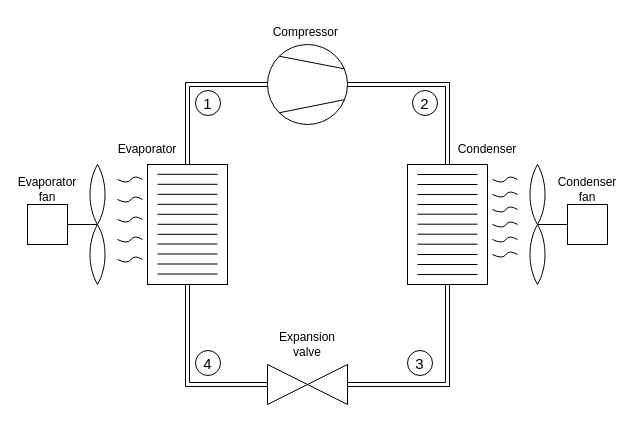
Earlier version of the draw.io diagram Graphics/HVAC_Diagram_std.drawio (kasperlaustsen/CA8_Writings). Source tidied: cells renumbered, new cells numbered last; positions are measured from the earlier drawing's top-left corner, leaving out a move shared by most shapes. Both pictures are drawn from the tidied source at 100%, with x=0, y=0 at pixel (17, 17).
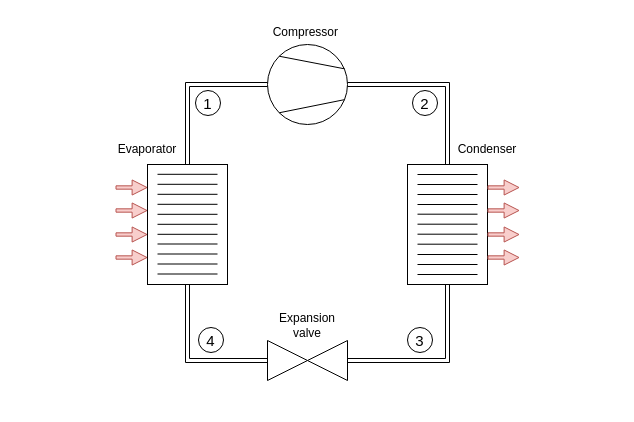
The same diagram, later.

Commit message:
Update HVAC_Diagram_std.drawio, added arrows to indicate heat flow

Unchanged cells that the change refers to:
```xml
<mxCell id="3" style="rounded=0;whiteSpace=wrap;html=1;" parent="1" vertex="1">
  <mxGeometry x="390" y="147" width="80" height="120" as="geometry" />
</mxCell>
```

Diff of the diagram source:
```diff
@@
-    <mxCell id="4" style="rounded=0;whiteSpace=wrap;html=1;" parent="1" vertex="1">
+    <mxCell id="4" style="rounded=0;whiteSpace=wrap;html=1;gradientColor=#ffffff;" parent="1" vertex="1">
       <mxGeometry x="130" y="147" width="80" height="120" as="geometry" />
     </mxCell>
     <mxCell id="5" style="triangle;whiteSpace=wrap;html=1;rotation=-180;" parent="1" vertex="1">
-      <mxGeometry x="290" y="347" width="40" height="40" as="geometry" />
+      <mxGeometry x="290" y="323" width="40" height="40" as="geometry" />
     </mxCell>
     <mxCell id="6" style="triangle;whiteSpace=wrap;html=1;" parent="1" vertex="1">
-      <mxGeometry x="250" y="347" width="40" height="40" as="geometry" />
+      <mxGeometry x="250" y="323" width="40" height="40" as="geometry" />
     </mxCell>
-    <mxCell id="7" style="whiteSpace=wrap;html=1;shape=mxgraph.basic.pointed_oval;" parent="1" vertex="1">
-      <mxGeometry x="510" y="147" width="20" height="60" as="geometry" />
-    </mxCell>
-    <mxCell id="8" style="whiteSpace=wrap;html=1;shape=mxgraph.basic.pointed_oval;" parent="1" vertex="1">
-      <mxGeometry x="510" y="207" width="20" height="60" as="geometry" />
-    </mxCell>
-    <mxCell id="9" style="endArrow=none;html=1;rounded=0;entryX=0.5;entryY=0;entryDx=0;entryDy=0;entryPerimeter=0;" parent="1" edge="1" target="8">
-      <mxGeometry relative="1" as="geometry">
-        <mxPoint x="550" y="207" as="sourcePoint" />
-      </mxGeometry>
-    </mxCell>
-    <mxCell id="10" style="rounded=0;whiteSpace=wrap;html=1;" parent="1" vertex="1">
-      <mxGeometry x="550" y="187" width="40" height="40" as="geometry" />
-    </mxCell>
-    <mxCell id="11" style="whiteSpace=wrap;html=1;shape=mxgraph.basic.pointed_oval;" parent="1" vertex="1">
-      <mxGeometry x="70" y="147" width="20" height="60" as="geometry" />
-    </mxCell>
-    <mxCell id="12" style="whiteSpace=wrap;html=1;shape=mxgraph.basic.pointed_oval;" parent="1" vertex="1">
-      <mxGeometry x="70" y="207" width="20" height="60" as="geometry" />
-    </mxCell>
-    <mxCell id="13" style="endArrow=none;html=1;rounded=0;entryX=0.5;entryY=0;entryDx=0;entryDy=0;entryPerimeter=0;exitX=1;exitY=0.5;exitDx=0;exitDy=0;" parent="1" edge="1" source="14" target="12">
-      <mxGeometry relative="1" as="geometry" />
-    </mxCell>
-    <mxCell id="14" style="rounded=0;whiteSpace=wrap;html=1;" parent="1" vertex="1">
-      <mxGeometry x="10" y="187" width="40" height="40" as="geometry" />
-    </mxCell>
@@
     <mxCell id="16" style="endArrow=none;html=1;rounded=0;entryX=0.5;entryY=1;entryDx=0;entryDy=0;exitX=0;exitY=0.5;exitDx=0;exitDy=0;shape=link;" parent="1" edge="1" source="5" target="3">
       <mxGeometry relative="1" as="geometry">
         <Array as="points">
-          <mxPoint x="430" y="367" />
+          <mxPoint x="430" y="343" />
         </Array>
       </mxGeometry>
     </mxCell>
     <mxCell id="17" style="endArrow=none;html=1;rounded=0;exitX=0.5;exitY=1;exitDx=0;exitDy=0;entryX=0;entryY=0.5;entryDx=0;entryDy=0;shape=link;" parent="1" edge="1" source="4" target="6">
       <mxGeometry relative="1" as="geometry">
         <Array as="points">
-          <mxPoint x="170" y="367" />
+          <mxPoint x="170" y="343" />
         </Array>
       </mxGeometry>
     </mxCell>
@@
-    <mxCell id="28" style="endArrow=none;html=1;rounded=0;" parent="1" edge="1">
+    <mxCell id="28" style="endArrow=none;html=1;rounded=0;sketch=0;shadow=0;" parent="1" edge="1">
       <mxGeometry relative="1" as="geometry">
         <mxPoint x="200" y="256.5" as="sourcePoint" />
         <mxPoint x="140" y="256.5" as="targetPoint" />
       </mxGeometry>
     </mxCell>
@@
     <mxCell id="46" value="Expansion valve" style="text;html=1;strokeColor=none;fillColor=none;align=center;verticalAlign=middle;whiteSpace=wrap;rounded=0;" parent="1" vertex="1">
-      <mxGeometry x="260" y="312" width="60" height="30" as="geometry" />
+      <mxGeometry x="260" y="293" width="60" height="30" as="geometry" />
     </mxCell>
-    <mxCell id="47" value="Evaporator&lt;br&gt;fan" style="text;html=1;strokeColor=none;fillColor=none;align=center;verticalAlign=middle;whiteSpace=wrap;rounded=0;" parent="1" vertex="1">
-      <mxGeometry y="157" width="60" height="30" as="geometry" />
-    </mxCell>
-    <mxCell id="48" value="Condenser&lt;br&gt;fan" style="text;html=1;strokeColor=none;fillColor=none;align=center;verticalAlign=middle;whiteSpace=wrap;rounded=0;" parent="1" vertex="1">
-      <mxGeometry x="540" y="157" width="60" height="30" as="geometry" />
-    </mxCell>
-    <mxCell id="49" style="curved=1;endArrow=none;html=1;rounded=0;anchorPointDirection=1;endFill=0;" parent="1" edge="1">
-      <mxGeometry relative="1" as="geometry">
-        <mxPoint x="100" y="182" as="sourcePoint" />
-        <mxPoint x="125" y="182" as="targetPoint" />
-        <Array as="points">
-          <mxPoint x="110" y="187" />
-          <mxPoint x="117" y="177" />
-        </Array>
-      </mxGeometry>
-    </mxCell>
-    <mxCell id="50" style="curved=1;endArrow=none;html=1;rounded=0;anchorPointDirection=1;endFill=0;" parent="1" edge="1">
-      <mxGeometry relative="1" as="geometry">
-        <mxPoint x="100" y="202" as="sourcePoint" />
-        <mxPoint x="125" y="202" as="targetPoint" />
-        <Array as="points">
-          <mxPoint x="110" y="207" />
-          <mxPoint x="117" y="197" />
-        </Array>
-      </mxGeometry>
-    </mxCell>
-    <mxCell id="51" style="curved=1;endArrow=none;html=1;rounded=0;anchorPointDirection=1;endFill=0;" parent="1" edge="1">
-      <mxGeometry relative="1" as="geometry">
-        <mxPoint x="100" y="222" as="sourcePoint" />
-        <mxPoint x="125" y="222" as="targetPoint" />
-        <Array as="points">
-          <mxPoint x="110" y="227" />
-          <mxPoint x="117" y="217" />
-        </Array>
-      </mxGeometry>
-    </mxCell>
-    <mxCell id="52" style="curved=1;endArrow=none;html=1;rounded=0;anchorPointDirection=1;endFill=0;" parent="1" edge="1">
-      <mxGeometry relative="1" as="geometry">
-        <mxPoint x="100" y="242" as="sourcePoint" />
-        <mxPoint x="125" y="242" as="targetPoint" />
-        <Array as="points">
-          <mxPoint x="110" y="247" />
-          <mxPoint x="117" y="237" />
-        </Array>
-      </mxGeometry>
-    </mxCell>
-    <mxCell id="53" style="curved=1;endArrow=none;html=1;rounded=0;anchorPointDirection=1;endFill=0;" parent="1" edge="1">
-      <mxGeometry relative="1" as="geometry">
-        <mxPoint x="100" y="162" as="sourcePoint" />
-        <mxPoint x="125" y="162" as="targetPoint" />
-        <Array as="points">
-          <mxPoint x="110" y="167" />
-          <mxPoint x="117" y="157" />
-        </Array>
-      </mxGeometry>
-    </mxCell>
-    <mxCell id="54" style="curved=1;endArrow=none;html=1;rounded=0;anchorPointDirection=1;endFill=0;" parent="1" edge="1">
-      <mxGeometry relative="1" as="geometry">
-        <mxPoint x="475" y="162" as="sourcePoint" />
-        <mxPoint x="500" y="162" as="targetPoint" />
-        <Array as="points">
-          <mxPoint x="485" y="167" />
-          <mxPoint x="492" y="157" />
-        </Array>
-      </mxGeometry>
-    </mxCell>
-    <mxCell id="55" style="curved=1;endArrow=none;html=1;rounded=0;anchorPointDirection=1;endFill=0;" parent="1" edge="1">
-      <mxGeometry relative="1" as="geometry">
-        <mxPoint x="475" y="177" as="sourcePoint" />
-        <mxPoint x="500" y="177" as="targetPoint" />
-        <Array as="points">
-          <mxPoint x="485" y="182" />
-          <mxPoint x="492" y="172" />
-        </Array>
-      </mxGeometry>
-    </mxCell>
-    <mxCell id="56" style="curved=1;endArrow=none;html=1;rounded=0;anchorPointDirection=1;endFill=0;" parent="1" edge="1">
-      <mxGeometry relative="1" as="geometry">
-        <mxPoint x="475" y="192" as="sourcePoint" />
-        <mxPoint x="500" y="192" as="targetPoint" />
-        <Array as="points">
-          <mxPoint x="485" y="197" />
-          <mxPoint x="492" y="187" />
-        </Array>
-      </mxGeometry>
-    </mxCell>
-    <mxCell id="57" style="curved=1;endArrow=none;html=1;rounded=0;anchorPointDirection=1;endFill=0;" parent="1" edge="1">
-      <mxGeometry relative="1" as="geometry">
-        <mxPoint x="475" y="207" as="sourcePoint" />
-        <mxPoint x="500" y="207" as="targetPoint" />
-        <Array as="points">
-          <mxPoint x="485" y="212" />
-          <mxPoint x="492" y="202" />
-        </Array>
-      </mxGeometry>
-    </mxCell>
-    <mxCell id="58" style="curved=1;endArrow=none;html=1;rounded=0;anchorPointDirection=1;endFill=0;" parent="1" edge="1">
-      <mxGeometry relative="1" as="geometry">
-        <mxPoint x="475" y="222" as="sourcePoint" />
-        <mxPoint x="500" y="222" as="targetPoint" />
-        <Array as="points">
-          <mxPoint x="485" y="227" />
-          <mxPoint x="492" y="217" />
-        </Array>
-      </mxGeometry>
-    </mxCell>
-    <mxCell id="59" style="curved=1;endArrow=none;html=1;rounded=0;anchorPointDirection=1;endFill=0;" parent="1" edge="1">
-      <mxGeometry relative="1" as="geometry">
-        <mxPoint x="475" y="237" as="sourcePoint" />
-        <mxPoint x="500" y="237" as="targetPoint" />
-        <Array as="points">
-          <mxPoint x="485" y="242" />
-          <mxPoint x="492" y="232" />
-        </Array>
-      </mxGeometry>
-    </mxCell>
@@
     <mxCell id="62" value="3" style="ellipse;whiteSpace=wrap;html=1;fontSize=15;" parent="1" vertex="1">
-      <mxGeometry x="390" y="333" width="25" height="25" as="geometry" />
+      <mxGeometry x="390" y="310" width="25" height="25" as="geometry" />
     </mxCell>
     <mxCell id="63" value="4" style="ellipse;whiteSpace=wrap;html=1;fontSize=15;" parent="1" vertex="1">
-      <mxGeometry x="178" y="333" width="25" height="25" as="geometry" />
+      <mxGeometry x="181" y="310" width="25" height="25" as="geometry" />
     </mxCell>
+    <mxCell id="64" style="group;" parent="1" vertex="1">
+      <mxGeometry x="98" y="170" width="32" height="70" as="geometry" />
+    </mxCell>
+    <mxCell id="65" style="shape=flexArrow;endArrow=classic;html=1;rounded=0;width=3.333333333333333;endSize=4.6305555555555555;endWidth=10.74074074074074;fillColor=#f8cecc;strokeColor=#b85450;" parent="64" edge="1">
+      <mxGeometry relative="1" as="geometry">
+        <mxPoint as="sourcePoint" />
+        <mxPoint x="32" as="targetPoint" />
+      </mxGeometry>
+    </mxCell>
+    <mxCell id="66" style="shape=flexArrow;endArrow=classic;html=1;rounded=0;width=3.333333333333333;endSize=4.6305555555555555;endWidth=10.74074074074074;fillColor=#f8cecc;strokeColor=#b85450;" parent="64" edge="1">
+      <mxGeometry relative="1" as="geometry">
+        <mxPoint y="23" as="sourcePoint" />
+        <mxPoint x="32" y="23" as="targetPoint" />
+      </mxGeometry>
+    </mxCell>
+    <mxCell id="67" style="shape=flexArrow;endArrow=classic;html=1;rounded=0;width=3.333333333333333;endSize=4.6305555555555555;endWidth=10.74074074074074;fillColor=#f8cecc;strokeColor=#b85450;" parent="64" edge="1">
+      <mxGeometry relative="1" as="geometry">
+        <mxPoint y="47" as="sourcePoint" />
+        <mxPoint x="32" y="47" as="targetPoint" />
+      </mxGeometry>
+    </mxCell>
+    <mxCell id="68" style="shape=flexArrow;endArrow=classic;html=1;rounded=0;width=3.333333333333333;endSize=4.6305555555555555;endWidth=10.74074074074074;fillColor=#f8cecc;strokeColor=#b85450;" parent="64" edge="1">
+      <mxGeometry relative="1" as="geometry">
+        <mxPoint y="70" as="sourcePoint" />
+        <mxPoint x="32" y="70" as="targetPoint" />
+      </mxGeometry>
+    </mxCell>
+    <mxCell id="69" style="group;" parent="1" vertex="1">
+      <mxGeometry x="470" y="170" width="32" height="70" as="geometry" />
+    </mxCell>
+    <mxCell id="70" style="shape=flexArrow;endArrow=classic;html=1;rounded=0;width=3.333333333333333;endSize=4.6305555555555555;endWidth=10.74074074074074;fillColor=#f8cecc;strokeColor=#b85450;" parent="69" edge="1">
+      <mxGeometry relative="1" as="geometry">
+        <mxPoint as="sourcePoint" />
+        <mxPoint x="32" as="targetPoint" />
+      </mxGeometry>
+    </mxCell>
+    <mxCell id="71" style="shape=flexArrow;endArrow=classic;html=1;rounded=0;width=3.333333333333333;endSize=4.6305555555555555;endWidth=10.74074074074074;fillColor=#f8cecc;strokeColor=#b85450;" parent="69" edge="1">
+      <mxGeometry relative="1" as="geometry">
+        <mxPoint y="23" as="sourcePoint" />
+        <mxPoint x="32" y="23" as="targetPoint" />
+      </mxGeometry>
+    </mxCell>
+    <mxCell id="72" style="shape=flexArrow;endArrow=classic;html=1;rounded=0;width=3.333333333333333;endSize=4.6305555555555555;endWidth=10.74074074074074;fillColor=#f8cecc;strokeColor=#b85450;" parent="69" edge="1">
+      <mxGeometry relative="1" as="geometry">
+        <mxPoint y="47" as="sourcePoint" />
+        <mxPoint x="32" y="47" as="targetPoint" />
+      </mxGeometry>
+    </mxCell>
+    <mxCell id="73" style="shape=flexArrow;endArrow=classic;html=1;rounded=0;width=3.333333333333333;endSize=4.6305555555555555;endWidth=10.74074074074074;fillColor=#f8cecc;strokeColor=#b85450;" parent="69" edge="1">
+      <mxGeometry relative="1" as="geometry">
+        <mxPoint y="70" as="sourcePoint" />
+        <mxPoint x="32" y="70" as="targetPoint" />
+      </mxGeometry>
+    </mxCell>
```
